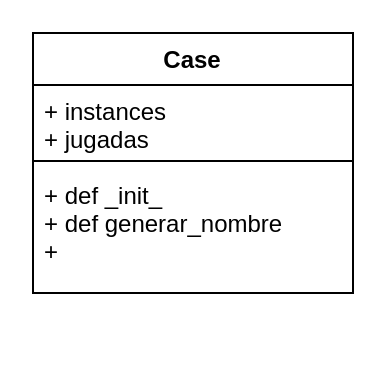
Jacobo24/juego_de_barcos-1 keeps this draw.io diagram as UMLS/Case.drawio. Above is the earlier version. Source tidied: cells renumbered, new cells numbered last; positions are measured from the earlier drawing's top-left corner, leaving out a move shared by most shapes. Both pictures are drawn from the tidied source at 200%, with x=0, y=0 at pixel (32, 32).
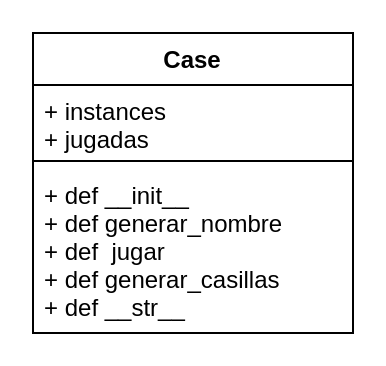
The same page after the edit.

Commit message (it also covers changes not shown here):
case uml y cambio en case.py

The edit, as a diff of the source:
```diff
@@
 <mxGraphModel>
   <root>
     <mxCell id="0" />
     <mxCell id="1" parent="0" />
     <mxCell id="2" value="Case" style="swimlane;fontStyle=1;align=center;verticalAlign=top;horizontal=1;startSize=26;" parent="1" vertex="1">
-      <mxGeometry width="160" height="130" as="geometry" />
+      <mxGeometry width="160" height="150" as="geometry" />
     </mxCell>
     <mxCell id="3" value="+ instances&#10;+ jugadas" style="text;strokeColor=none;fillColor=none;align=left;verticalAlign=top;spacingLeft=4;spacingRight=4;overflow=hidden;" parent="2" vertex="1">
       <mxGeometry y="26" width="160" height="34" as="geometry" />
     </mxCell>
     <mxCell id="4" style="line;strokeWidth=1;fillColor=none;align=left;verticalAlign=middle;spacingTop=-1;spacingLeft=3;spacingRight=3;labelPosition=right;strokeColor=inherit;" parent="2" vertex="1">
       <mxGeometry y="60" width="160" height="8" as="geometry" />
     </mxCell>
-    <mxCell id="5" value="+ def _init_&#10;+ def generar_nombre&#10;+ " style="text;strokeColor=none;fillColor=none;align=left;verticalAlign=top;spacingLeft=4;spacingRight=4;overflow=hidden;" parent="2" vertex="1">
-      <mxGeometry y="68" width="160" height="62" as="geometry" />
+    <mxCell id="5" value="+ def __init__&#10;+ def generar_nombre&#10;+ def  jugar&#10;+ def generar_casillas&#10;+ def __str__" style="text;strokeColor=none;fillColor=none;align=left;verticalAlign=top;spacingLeft=4;spacingRight=4;overflow=hidden;" parent="2" vertex="1">
+      <mxGeometry y="68" width="160" height="82" as="geometry" />
     </mxCell>
   </root>
 </mxGraphModel>
```
